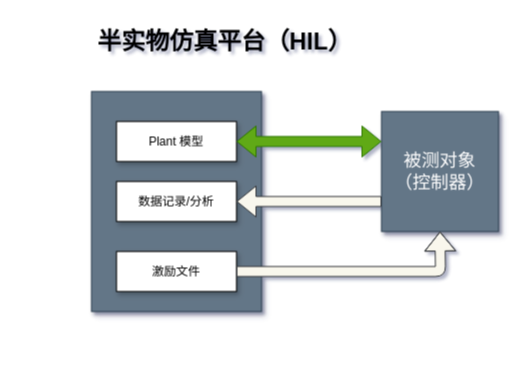
Before: Untitled Diagram.drawio in 3038814044/GE-Reflective-Memory-Custom-Device-multiple-DMA-transfer, a draw.io diagram. Source tidied: cells renumbered, new cells numbered last; positions are measured from the earlier drawing's top-left corner, leaving out a move shared by most shapes. Both pictures are drawn from the tidied source at 100%, with x=0, y=0 at pixel (91, 21).
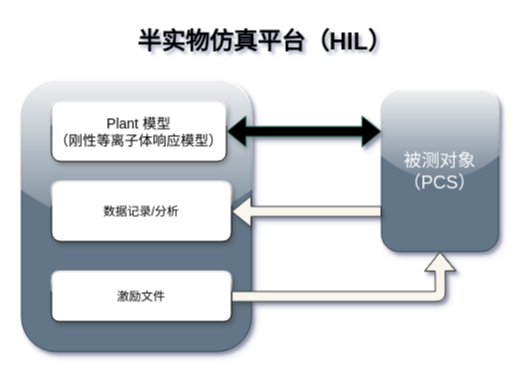
The same page after the edit.

Commit message:
半实物仿真hil示意图.drawio

What changed in the source:
```diff
@@
 <mxGraphModel background="#ffffff" shadow="1">
   <root>
     <mxCell id="0" />
     <mxCell id="1" parent="0" />
-    <mxCell id="2" style="whiteSpace=wrap;html=1;shadow=1;fontSize=18;fillColor=#647687;strokeColor=#314354;fontColor=#ffffff;" parent="1" vertex="1">
-      <mxGeometry y="70" width="170" height="220" as="geometry" />
+    <mxCell id="2" style="whiteSpace=wrap;html=1;shadow=1;fontSize=18;fillColor=#647687;strokeColor=#314354;fontColor=#ffffff;rounded=1;glass=1;" parent="1" vertex="1">
+      <mxGeometry x="-70" y="60" width="230" height="270" as="geometry" />
     </mxCell>
-    <mxCell id="3" value="被测对象&lt;br&gt;（控制器）" style="whiteSpace=wrap;html=1;shadow=1;fontSize=18;fillColor=#647687;strokeColor=#314354;fontColor=#ffffff;" parent="1" vertex="1">
-      <mxGeometry x="290" y="90" width="117" height="120" as="geometry" />
+    <mxCell id="3" value="被测对象&lt;br&gt;（PCS）" style="whiteSpace=wrap;html=1;shadow=1;fontSize=18;fillColor=#647687;strokeColor=#314354;fontColor=#ffffff;rounded=1;glass=1;sketch=0;" parent="1" vertex="1">
+      <mxGeometry x="290" y="70" width="117" height="160" as="geometry" />
     </mxCell>
     <mxCell id="4" value="半实物仿真平台（HIL）" style="text;strokeColor=none;fillColor=none;html=1;fontSize=24;fontStyle=1;verticalAlign=middle;align=center;shadow=1;" parent="1" vertex="1">
-      <mxGeometry width="265" height="40" as="geometry" />
+      <mxGeometry x="40" width="265" height="40" as="geometry" />
     </mxCell>
-    <mxCell id="5" value="Plant 模型" style="rounded=0;whiteSpace=wrap;html=1;shadow=1;" parent="1" vertex="1">
-      <mxGeometry x="25" y="100" width="120" height="40" as="geometry" />
+    <mxCell id="5" value="&lt;font style=&quot;font-size: 14px&quot;&gt;Plant 模型&lt;br&gt;（刚性等离子体响应模型）&lt;/font&gt;" style="rounded=1;whiteSpace=wrap;html=1;shadow=1;glass=1;" parent="1" vertex="1">
+      <mxGeometry x="-40" y="80" width="175" height="60" as="geometry" />
     </mxCell>
-    <mxCell id="6" style="shape=flexArrow;endArrow=classic;startArrow=classic;html=1;entryX=0;entryY=0.25;entryDx=0;entryDy=0;exitX=1;exitY=0.5;exitDx=0;exitDy=0;fillColor=#60a917;strokeColor=#2D7600;" parent="1" edge="1" source="5" target="3">
+    <mxCell id="6" style="shape=flexArrow;endArrow=classic;startArrow=classic;html=1;entryX=0;entryY=0.25;entryDx=0;entryDy=0;exitX=1;exitY=0.5;exitDx=0;exitDy=0;strokeColor=#30765C;fillColor=#000000;sketch=0;shadow=1;" parent="1" edge="1" source="5" target="3">
       <mxGeometry relative="1" as="geometry" />
     </mxCell>
-    <mxCell id="7" value="数据记录/分析" style="rounded=0;whiteSpace=wrap;html=1;shadow=1;" parent="1" vertex="1">
-      <mxGeometry x="25" y="160" width="120" height="40" as="geometry" />
+    <mxCell id="7" value="数据记录/分析" style="rounded=1;whiteSpace=wrap;html=1;shadow=1;glass=1;" parent="1" vertex="1">
+      <mxGeometry x="-40" y="160" width="180" height="60" as="geometry" />
     </mxCell>
-    <mxCell id="8" style="shape=flexArrow;endArrow=classic;html=1;entryX=1;entryY=0.5;entryDx=0;entryDy=0;exitX=0;exitY=0.75;exitDx=0;exitDy=0;fillColor=#f9f7ed;strokeColor=#36393d;" parent="1" edge="1" source="3" target="7">
+    <mxCell id="8" style="shape=flexArrow;endArrow=classic;html=1;entryX=1;entryY=0.5;entryDx=0;entryDy=0;exitX=0;exitY=0.75;exitDx=0;exitDy=0;fillColor=#f9f7ed;strokeColor=#36393d;rounded=1;shadow=1;sketch=0;" parent="1" edge="1" source="3" target="7">
       <mxGeometry relative="1" as="geometry" />
     </mxCell>
-    <mxCell id="9" value="激励文件" style="rounded=0;whiteSpace=wrap;html=1;shadow=1;" parent="1" vertex="1">
-      <mxGeometry x="25" y="230" width="120" height="40" as="geometry" />
+    <mxCell id="9" value="激励文件" style="rounded=1;whiteSpace=wrap;html=1;shadow=1;glass=1;" parent="1" vertex="1">
+      <mxGeometry x="-40" y="250" width="180" height="50" as="geometry" />
     </mxCell>
-    <mxCell id="10" style="shape=flexArrow;endArrow=classic;html=1;exitX=1;exitY=0.5;exitDx=0;exitDy=0;entryX=0.5;entryY=1;entryDx=0;entryDy=0;fillColor=#f9f7ed;strokeColor=#36393d;" parent="1" edge="1" source="9" target="3">
+    <mxCell id="10" style="shape=flexArrow;endArrow=classic;html=1;exitX=1;exitY=0.5;exitDx=0;exitDy=0;entryX=0.5;entryY=1;entryDx=0;entryDy=0;fillColor=#f9f7ed;strokeColor=#36393d;shadow=1;sketch=0;" parent="1" edge="1" source="9" target="3">
       <mxGeometry relative="1" as="geometry">
         <Array as="points">
-          <mxPoint x="280" y="250" />
-          <mxPoint x="349" y="250" />
+          <mxPoint x="280" y="275" />
+          <mxPoint x="349" y="275" />
         </Array>
       </mxGeometry>
     </mxCell>
   </root>
 </mxGraphModel>
```
